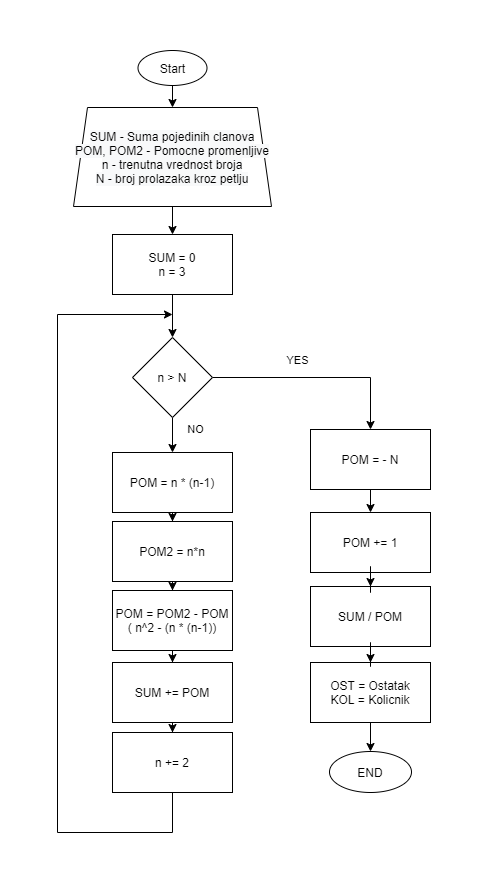
The draw.io diagram Faculty of Electronic Engineering/Computer Systems/Practice Problems/September 2021/Assignment 1/Algorithm.png in sinful-asura/sinful-asura.github.io, before a commit. Source tidied: cells renumbered, new cells last; positions are measured from the earlier drawing's top-left corner, leaving out a move shared by most shapes. Source of this version:
```xml
<mxGraphModel>
  <root>
    <mxCell id="0" />
    <mxCell id="1" parent="0" />
    <mxCell id="2" style="edgeStyle=orthogonalEdgeStyle;rounded=0;jettySize=auto;html=1;" parent="1" edge="1" source="3" target="5">
      <mxGeometry relative="1" as="geometry" />
    </mxCell>
    <mxCell id="3" value="Start" style="ellipse;whiteSpace=wrap;html=1;" parent="1" vertex="1">
      <mxGeometry x="80.5" width="69" height="35" as="geometry" />
    </mxCell>
    <mxCell id="4" style="edgeStyle=orthogonalEdgeStyle;rounded=0;jettySize=auto;html=1;exitX=0.5;exitY=1;exitDx=0;exitDy=0;entryX=0.5;entryY=0;entryDx=0;entryDy=0;" parent="1" edge="1" source="5" target="10">
      <mxGeometry relative="1" as="geometry" />
    </mxCell>
    <mxCell id="5" value="&lt;span style=&quot;background-color: rgb(248 , 249 , 250)&quot;&gt;SUM - Suma pojedinih clanova&lt;br&gt;POM, POM2 - Pomocne promenljive&lt;br&gt;n - trenutna vrednost broja&lt;br&gt;N - broj prolazaka kroz petlju&lt;br&gt;&lt;/span&gt;" style="shape=trapezoid;perimeter=trapezoidPerimeter;whiteSpace=wrap;html=1;fixedSize=1;rotation=0;size=14;" parent="1" vertex="1">
      <mxGeometry x="16" y="57" width="198" height="99" as="geometry" />
    </mxCell>
    <mxCell id="6" value="NO" style="edgeStyle=orthogonalEdgeStyle;rounded=0;jettySize=auto;html=1;exitX=0.5;exitY=1;exitDx=0;exitDy=0;entryX=0.5;entryY=0;entryDx=0;entryDy=0;" parent="1" edge="1" source="8" target="12">
      <mxGeometry x="-0.31" y="23" relative="1" as="geometry" />
    </mxCell>
    <mxCell id="7" value="YES" style="edgeStyle=orthogonalEdgeStyle;rounded=0;jettySize=auto;html=1;exitX=1;exitY=0.5;exitDx=0;exitDy=0;entryX=0.5;entryY=0;entryDx=0;entryDy=0;" parent="1" edge="1" source="8" target="21">
      <mxGeometry x="-0.19" y="17" relative="1" as="geometry" />
    </mxCell>
    <mxCell id="8" value="n &amp;gt; N" style="rhombus;whiteSpace=wrap;html=1;" parent="1" vertex="1">
      <mxGeometry x="75" y="287" width="80" height="80" as="geometry" />
    </mxCell>
    <mxCell id="9" style="edgeStyle=orthogonalEdgeStyle;rounded=0;jettySize=auto;html=1;exitX=0.5;exitY=1;exitDx=0;exitDy=0;entryX=0.5;entryY=0;entryDx=0;entryDy=0;" parent="1" edge="1" source="10" target="8">
      <mxGeometry relative="1" as="geometry" />
    </mxCell>
    <mxCell id="10" value="SUM = 0&lt;br&gt;n = 3" style="rounded=0;whiteSpace=wrap;html=1;" parent="1" vertex="1">
      <mxGeometry x="55" y="184" width="120" height="60" as="geometry" />
    </mxCell>
    <mxCell id="11" style="edgeStyle=orthogonalEdgeStyle;rounded=0;jettySize=auto;html=1;exitX=0.5;exitY=1;exitDx=0;exitDy=0;" parent="1" edge="1" source="12" target="14">
      <mxGeometry relative="1" as="geometry" />
    </mxCell>
    <mxCell id="12" value="POM = n * (n-1)" style="rounded=0;whiteSpace=wrap;html=1;" parent="1" vertex="1">
      <mxGeometry x="55" y="402" width="120" height="60" as="geometry" />
    </mxCell>
    <mxCell id="13" style="edgeStyle=orthogonalEdgeStyle;rounded=0;jettySize=auto;html=1;" parent="1" edge="1" source="14" target="16">
      <mxGeometry relative="1" as="geometry" />
    </mxCell>
    <mxCell id="14" value="POM2 = n*n" style="rounded=0;whiteSpace=wrap;html=1;" parent="1" vertex="1">
      <mxGeometry x="55" y="471" width="120" height="60" as="geometry" />
    </mxCell>
    <mxCell id="15" style="edgeStyle=orthogonalEdgeStyle;rounded=0;jettySize=auto;html=1;" parent="1" edge="1" source="16" target="19">
      <mxGeometry relative="1" as="geometry" />
    </mxCell>
    <mxCell id="16" value="POM = POM2 - POM&lt;br&gt;( n^2 - (n * (n-1))" style="whiteSpace=wrap;html=1;rounded=0;" parent="1" vertex="1">
      <mxGeometry x="55" y="540" width="120" height="60" as="geometry" />
    </mxCell>
    <mxCell id="17" style="edgeStyle=orthogonalEdgeStyle;rounded=0;jettySize=auto;html=1;exitX=0.5;exitY=1;exitDx=0;exitDy=0;" parent="1" edge="1" source="30">
      <mxGeometry relative="1" as="geometry">
        <mxPoint x="115" y="264" as="targetPoint" />
        <Array as="points">
          <mxPoint x="115" y="782" />
          <mxPoint y="782" />
          <mxPoint y="264" />
        </Array>
      </mxGeometry>
    </mxCell>
    <mxCell id="18" style="edgeStyle=orthogonalEdgeStyle;rounded=0;jettySize=auto;html=1;" parent="1" edge="1" source="19" target="30">
      <mxGeometry relative="1" as="geometry" />
    </mxCell>
    <mxCell id="19" value="SUM += POM" style="whiteSpace=wrap;html=1;rounded=0;" parent="1" vertex="1">
      <mxGeometry x="55" y="612" width="120" height="60" as="geometry" />
    </mxCell>
    <mxCell id="20" style="group;fillColor=none;strokeColor=none;" parent="1" vertex="1">
      <mxGeometry x="253" y="379" width="120" height="363" as="geometry" />
    </mxCell>
    <mxCell id="21" value="POM = - N" style="rounded=0;whiteSpace=wrap;html=1;" parent="20" vertex="1">
      <mxGeometry width="120" height="60" as="geometry" />
    </mxCell>
    <mxCell id="22" value="POM += 1" style="rounded=0;whiteSpace=wrap;html=1;" parent="20" vertex="1">
      <mxGeometry y="83" width="120" height="60" as="geometry" />
    </mxCell>
    <mxCell id="23" style="edgeStyle=orthogonalEdgeStyle;rounded=0;jettySize=auto;html=1;exitX=0.5;exitY=1;exitDx=0;exitDy=0;" parent="20" edge="1" source="21" target="22">
      <mxGeometry relative="1" as="geometry" />
    </mxCell>
    <mxCell id="24" value="SUM / POM" style="whiteSpace=wrap;html=1;rounded=0;" parent="20" vertex="1">
      <mxGeometry y="157" width="120" height="60" as="geometry" />
    </mxCell>
    <mxCell id="25" style="edgeStyle=orthogonalEdgeStyle;rounded=0;jettySize=auto;html=1;" parent="20" edge="1" source="22" target="24">
      <mxGeometry relative="1" as="geometry" />
    </mxCell>
    <mxCell id="26" value="OST = Ostatak&lt;br&gt;KOL = Kolicnik" style="whiteSpace=wrap;html=1;rounded=0;" parent="20" vertex="1">
      <mxGeometry y="233" width="120" height="60" as="geometry" />
    </mxCell>
    <mxCell id="27" style="edgeStyle=orthogonalEdgeStyle;rounded=0;jettySize=auto;html=1;" parent="20" edge="1" source="24" target="26">
      <mxGeometry relative="1" as="geometry" />
    </mxCell>
    <mxCell id="28" value="END" style="ellipse;whiteSpace=wrap;html=1;rounded=0;" parent="20" vertex="1">
      <mxGeometry x="19" y="322" width="82" height="41" as="geometry" />
    </mxCell>
    <mxCell id="29" style="edgeStyle=orthogonalEdgeStyle;rounded=0;jettySize=auto;html=1;" parent="20" edge="1" source="26" target="28">
      <mxGeometry relative="1" as="geometry" />
    </mxCell>
    <mxCell id="30" value="n += 2" style="whiteSpace=wrap;html=1;rounded=0;" parent="1" vertex="1">
      <mxGeometry x="55" y="682" width="120" height="60" as="geometry" />
    </mxCell>
  </root>
</mxGraphModel>
```
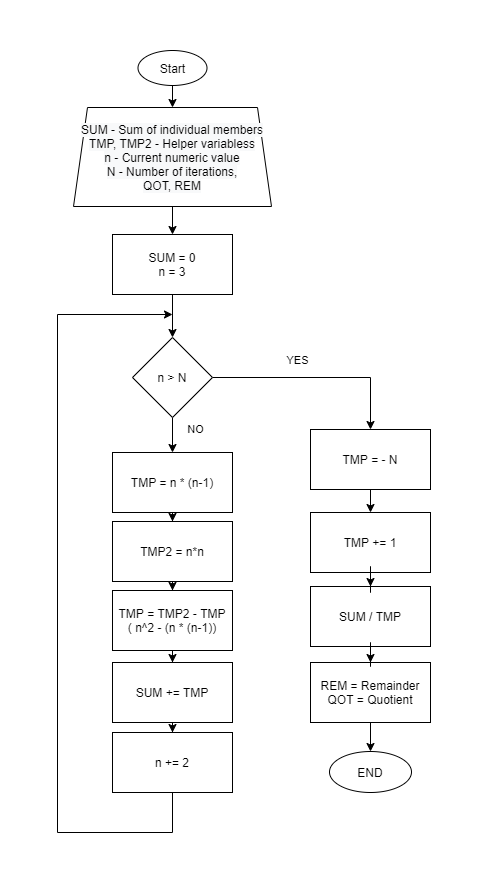
Later version of the same file.

Change to the diagram source:
```diff
@@ -11,7 +11,7 @@
     <mxCell id="4" style="edgeStyle=orthogonalEdgeStyle;rounded=0;jettySize=auto;html=1;exitX=0.5;exitY=1;exitDx=0;exitDy=0;entryX=0.5;entryY=0;entryDx=0;entryDy=0;" parent="1" edge="1" source="5" target="10">
       <mxGeometry relative="1" as="geometry" />
     </mxCell>
-    <mxCell id="5" value="&lt;span style=&quot;background-color: rgb(248 , 249 , 250)&quot;&gt;SUM - Suma pojedinih clanova&lt;br&gt;POM, POM2 - Pomocne promenljive&lt;br&gt;n - trenutna vrednost broja&lt;br&gt;N - broj prolazaka kroz petlju&lt;br&gt;&lt;/span&gt;" style="shape=trapezoid;perimeter=trapezoidPerimeter;whiteSpace=wrap;html=1;fixedSize=1;rotation=0;size=14;" parent="1" vertex="1">
+    <mxCell id="5" value="&lt;span style=&quot;background-color: rgb(248 , 249 , 250)&quot;&gt;SUM - Sum of individual members&lt;br&gt;TMP, TMP2 - Helper variabless&lt;br&gt;n - Current numeric value&lt;br&gt;N - Number of iterations,&lt;br&gt;QOT, REM&lt;br&gt;&lt;/span&gt;" style="shape=trapezoid;perimeter=trapezoidPerimeter;whiteSpace=wrap;html=1;fixedSize=1;rotation=0;size=14;" parent="1" vertex="1">
       <mxGeometry x="16" y="57" width="198" height="99" as="geometry" />
     </mxCell>
     <mxCell id="6" value="NO" style="edgeStyle=orthogonalEdgeStyle;rounded=0;jettySize=auto;html=1;exitX=0.5;exitY=1;exitDx=0;exitDy=0;entryX=0.5;entryY=0;entryDx=0;entryDy=0;" parent="1" edge="1" source="8" target="12">
@@ -32,19 +32,19 @@
     <mxCell id="11" style="edgeStyle=orthogonalEdgeStyle;rounded=0;jettySize=auto;html=1;exitX=0.5;exitY=1;exitDx=0;exitDy=0;" parent="1" edge="1" source="12" target="14">
       <mxGeometry relative="1" as="geometry" />
     </mxCell>
-    <mxCell id="12" value="POM = n * (n-1)" style="rounded=0;whiteSpace=wrap;html=1;" parent="1" vertex="1">
+    <mxCell id="12" value="TMP = n * (n-1)" style="rounded=0;whiteSpace=wrap;html=1;" parent="1" vertex="1">
       <mxGeometry x="55" y="402" width="120" height="60" as="geometry" />
     </mxCell>
     <mxCell id="13" style="edgeStyle=orthogonalEdgeStyle;rounded=0;jettySize=auto;html=1;" parent="1" edge="1" source="14" target="16">
       <mxGeometry relative="1" as="geometry" />
     </mxCell>
-    <mxCell id="14" value="POM2 = n*n" style="rounded=0;whiteSpace=wrap;html=1;" parent="1" vertex="1">
+    <mxCell id="14" value="TMP2 = n*n" style="rounded=0;whiteSpace=wrap;html=1;" parent="1" vertex="1">
       <mxGeometry x="55" y="471" width="120" height="60" as="geometry" />
     </mxCell>
     <mxCell id="15" style="edgeStyle=orthogonalEdgeStyle;rounded=0;jettySize=auto;html=1;" parent="1" edge="1" source="16" target="19">
       <mxGeometry relative="1" as="geometry" />
     </mxCell>
-    <mxCell id="16" value="POM = POM2 - POM&lt;br&gt;( n^2 - (n * (n-1))" style="whiteSpace=wrap;html=1;rounded=0;" parent="1" vertex="1">
+    <mxCell id="16" value="TMP = TMP2 - TMP&lt;br&gt;( n^2 - (n * (n-1))" style="whiteSpace=wrap;html=1;rounded=0;" parent="1" vertex="1">
       <mxGeometry x="55" y="540" width="120" height="60" as="geometry" />
     </mxCell>
     <mxCell id="17" style="edgeStyle=orthogonalEdgeStyle;rounded=0;jettySize=auto;html=1;exitX=0.5;exitY=1;exitDx=0;exitDy=0;" parent="1" edge="1" source="30">
@@ -60,28 +60,28 @@
     <mxCell id="18" style="edgeStyle=orthogonalEdgeStyle;rounded=0;jettySize=auto;html=1;" parent="1" edge="1" source="19" target="30">
       <mxGeometry relative="1" as="geometry" />
     </mxCell>
-    <mxCell id="19" value="SUM += POM" style="whiteSpace=wrap;html=1;rounded=0;" parent="1" vertex="1">
+    <mxCell id="19" value="SUM += TMP" style="whiteSpace=wrap;html=1;rounded=0;" parent="1" vertex="1">
       <mxGeometry x="55" y="612" width="120" height="60" as="geometry" />
     </mxCell>
     <mxCell id="20" style="group;fillColor=none;strokeColor=none;" parent="1" vertex="1">
       <mxGeometry x="253" y="379" width="120" height="363" as="geometry" />
     </mxCell>
-    <mxCell id="21" value="POM = - N" style="rounded=0;whiteSpace=wrap;html=1;" parent="20" vertex="1">
+    <mxCell id="21" value="TMP = - N" style="rounded=0;whiteSpace=wrap;html=1;" parent="20" vertex="1">
       <mxGeometry width="120" height="60" as="geometry" />
     </mxCell>
-    <mxCell id="22" value="POM += 1" style="rounded=0;whiteSpace=wrap;html=1;" parent="20" vertex="1">
+    <mxCell id="22" value="TMP += 1" style="rounded=0;whiteSpace=wrap;html=1;" parent="20" vertex="1">
       <mxGeometry y="83" width="120" height="60" as="geometry" />
     </mxCell>
     <mxCell id="23" style="edgeStyle=orthogonalEdgeStyle;rounded=0;jettySize=auto;html=1;exitX=0.5;exitY=1;exitDx=0;exitDy=0;" parent="20" edge="1" source="21" target="22">
       <mxGeometry relative="1" as="geometry" />
     </mxCell>
-    <mxCell id="24" value="SUM / POM" style="whiteSpace=wrap;html=1;rounded=0;" parent="20" vertex="1">
+    <mxCell id="24" value="SUM / TMP" style="whiteSpace=wrap;html=1;rounded=0;" parent="20" vertex="1">
       <mxGeometry y="157" width="120" height="60" as="geometry" />
     </mxCell>
     <mxCell id="25" style="edgeStyle=orthogonalEdgeStyle;rounded=0;jettySize=auto;html=1;" parent="20" edge="1" source="22" target="24">
       <mxGeometry relative="1" as="geometry" />
     </mxCell>
-    <mxCell id="26" value="OST = Ostatak&lt;br&gt;KOL = Kolicnik" style="whiteSpace=wrap;html=1;rounded=0;" parent="20" vertex="1">
+    <mxCell id="26" value="REM = Remainder&lt;br&gt;QOT = Quotient" style="whiteSpace=wrap;html=1;rounded=0;" parent="20" vertex="1">
       <mxGeometry y="233" width="120" height="60" as="geometry" />
     </mxCell>
     <mxCell id="27" style="edgeStyle=orthogonalEdgeStyle;rounded=0;jettySize=auto;html=1;" parent="20" edge="1" source="24" target="26">
```
